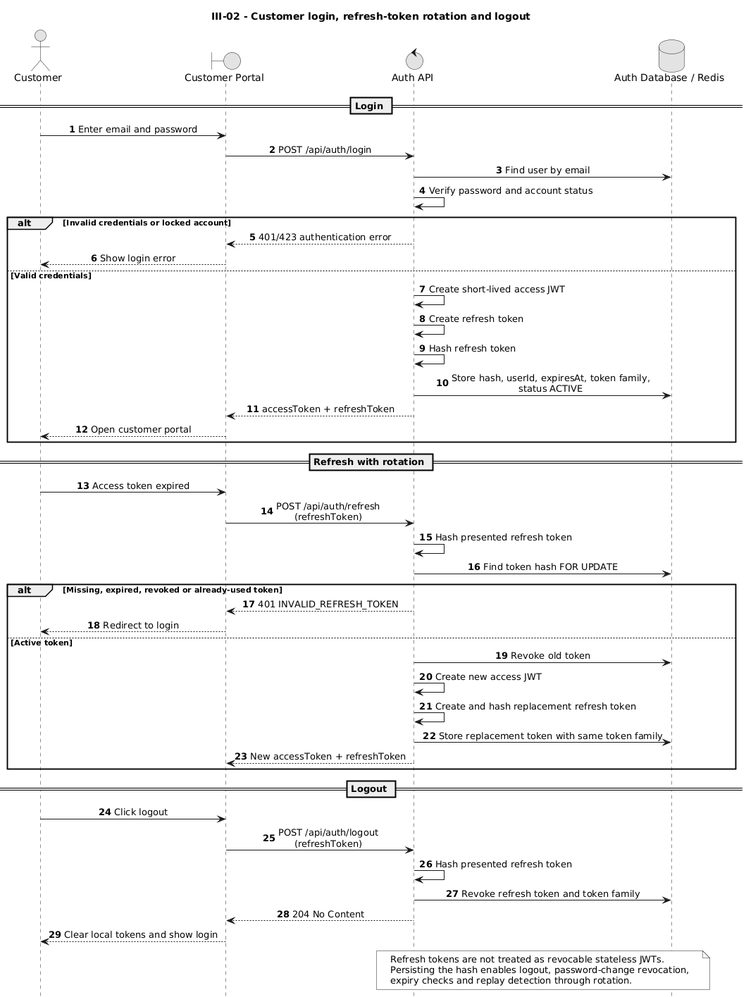
This is docs/diagrams/customer/III-02-login-refresh-logout.png from duygri/do-an-htttdn-crm, a PlantUML export, as it was before one commit.
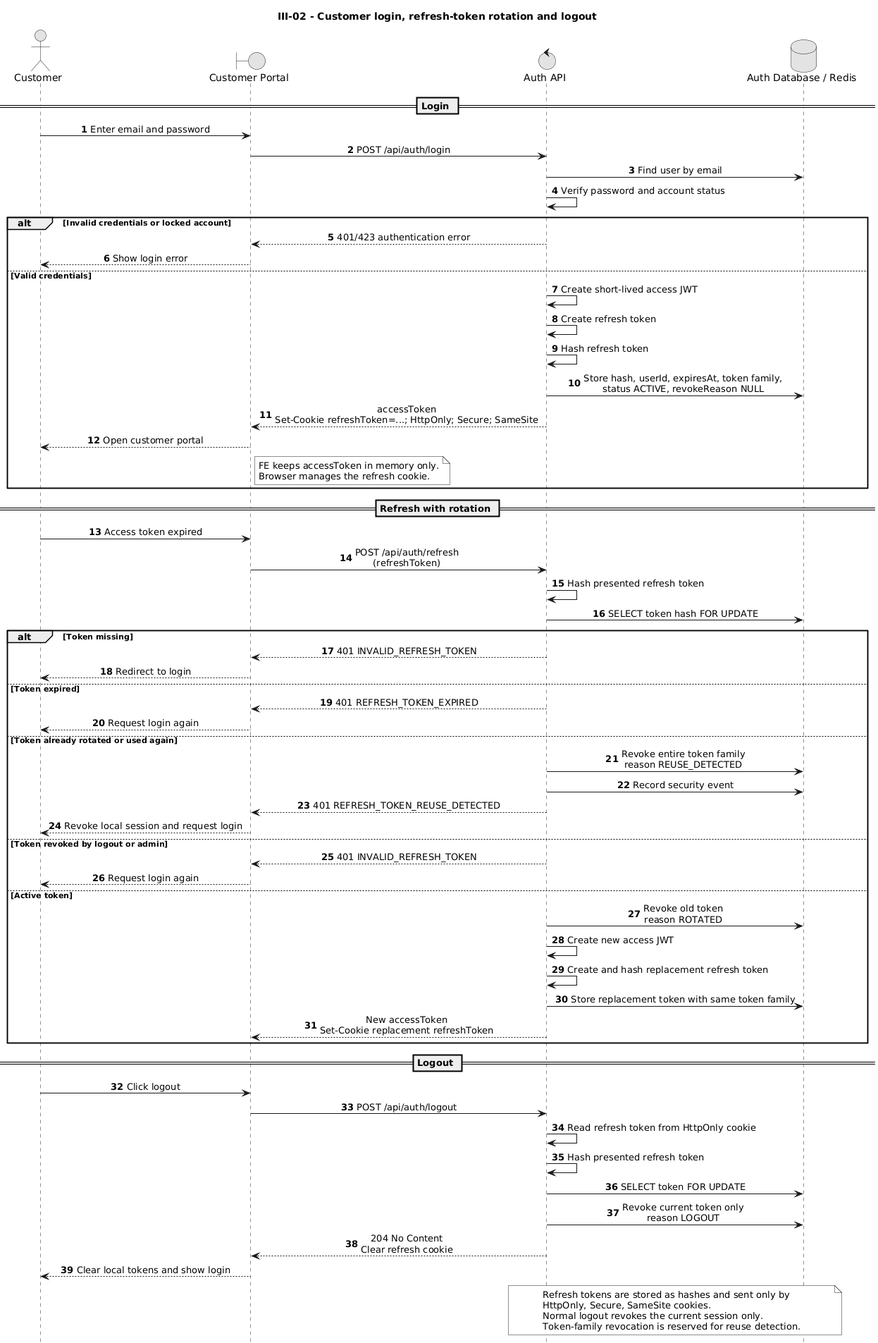
Later version of the same file.

Commit message:
docs: clarify refresh token reuse and cookie handling

Change to the diagram source:
```diff
@@ -26,9 +26,13 @@
     API -> API: Create short-lived access JWT
     API -> API: Create refresh token
     API -> API: Hash refresh token
-API -> DB: Store hash, userId, expiresAt, token family,\nstatus ACTIVE
-    API --> Web: accessToken + refreshToken
+    API -> DB: Store hash, userId, expiresAt, token family,\nstatus ACTIVE, revokeReason NULL
+    API --> Web: accessToken\nSet-Cookie refreshToken=...; HttpOnly; Secure; SameSite
     Web --> Customer: Open customer portal
+    note right of Web
+      FE keeps accessToken in memory only.
+      Browser manages the refresh cookie.
+    end note
 end
 
 == Refresh with rotation ==
@@ -36,32 +40,46 @@
 Customer -> Web: Access token expired
 Web -> API: POST /api/auth/refresh\n(refreshToken)
 API -> API: Hash presented refresh token
-API -> DB: Find token hash FOR UPDATE
+API -> DB: SELECT token hash FOR UPDATE
 
-alt Missing, expired, revoked or already-used token
+alt Token missing
     API --> Web: 401 INVALID_REFRESH_TOKEN
     Web --> Customer: Redirect to login
+else Token expired
+    API --> Web: 401 REFRESH_TOKEN_EXPIRED
+    Web --> Customer: Request login again
+else Token already rotated or used again
+    API -> DB: Revoke entire token family\nreason REUSE_DETECTED
+    API -> DB: Record security event
+    API --> Web: 401 REFRESH_TOKEN_REUSE_DETECTED
+    Web --> Customer: Revoke local session and request login
+else Token revoked by logout or admin
+    API --> Web: 401 INVALID_REFRESH_TOKEN
+    Web --> Customer: Request login again
 else Active token
-    API -> DB: Revoke old token
+    API -> DB: Revoke old token\nreason ROTATED
     API -> API: Create new access JWT
     API -> API: Create and hash replacement refresh token
     API -> DB: Store replacement token with same token family
-    API --> Web: New accessToken + refreshToken
+    API --> Web: New accessToken\nSet-Cookie replacement refreshToken
 end
 
 == Logout ==
 
 Customer -> Web: Click logout
-Web -> API: POST /api/auth/logout\n(refreshToken)
+Web -> API: POST /api/auth/logout
+API -> API: Read refresh token from HttpOnly cookie
 API -> API: Hash presented refresh token
-API -> DB: Revoke refresh token and token family
-API --> Web: 204 No Content
+API -> DB: SELECT token FOR UPDATE
+API -> DB: Revoke current token only\nreason LOGOUT
+API --> Web: 204 No Content\nClear refresh cookie
 Web --> Customer: Clear local tokens and show login
 
 note over API,DB
-  Refresh tokens are not treated as revocable stateless JWTs.
-  Persisting the hash enables logout, password-change revocation,
-  expiry checks and replay detection through rotation.
+  Refresh tokens are stored as hashes and sent only by
+  HttpOnly, Secure, SameSite cookies.
+  Normal logout revokes the current session only.
+  Token-family revocation is reserved for reuse detection.
 end note
 
 @enduml
```
